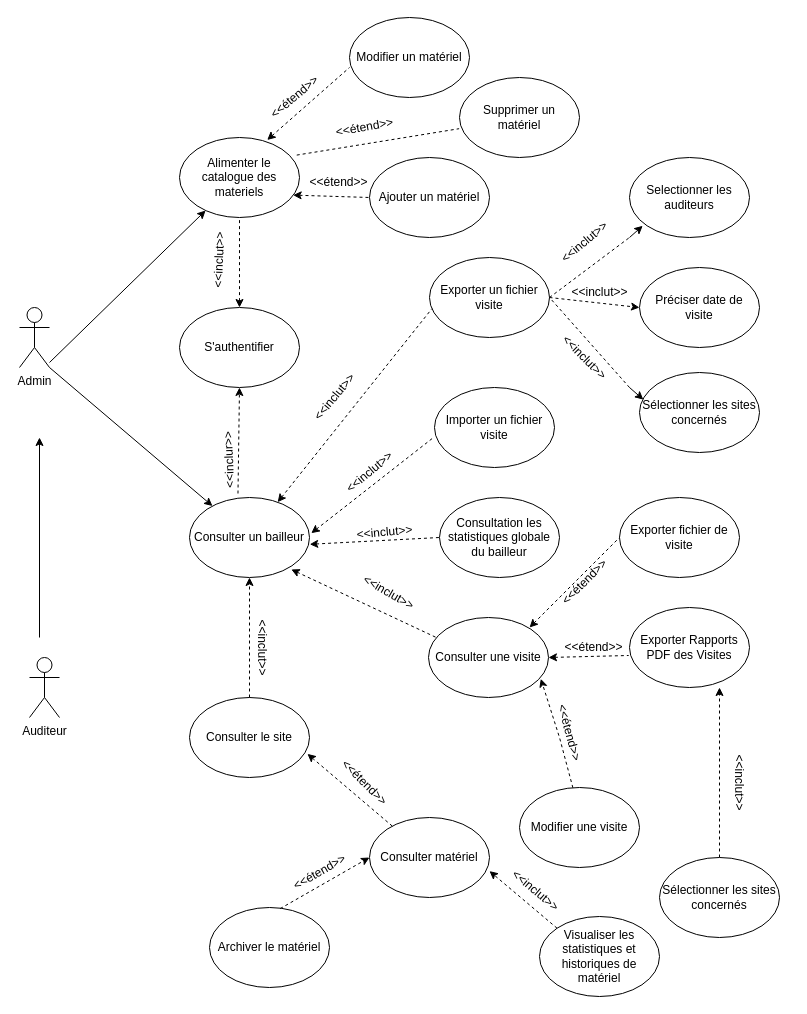
This is Diagramme cas d'utilisation liste des matériels.drawio from mbaananou/diagramsPipelette, a draw.io file, before an edit. Source tidied: cells renumbered, new cells numbered last; positions are measured from the earlier drawing's top-left corner, leaving out a move shared by most shapes. Both pictures are drawn from the tidied source at 100%, with x=0, y=0 at pixel (19, 17).
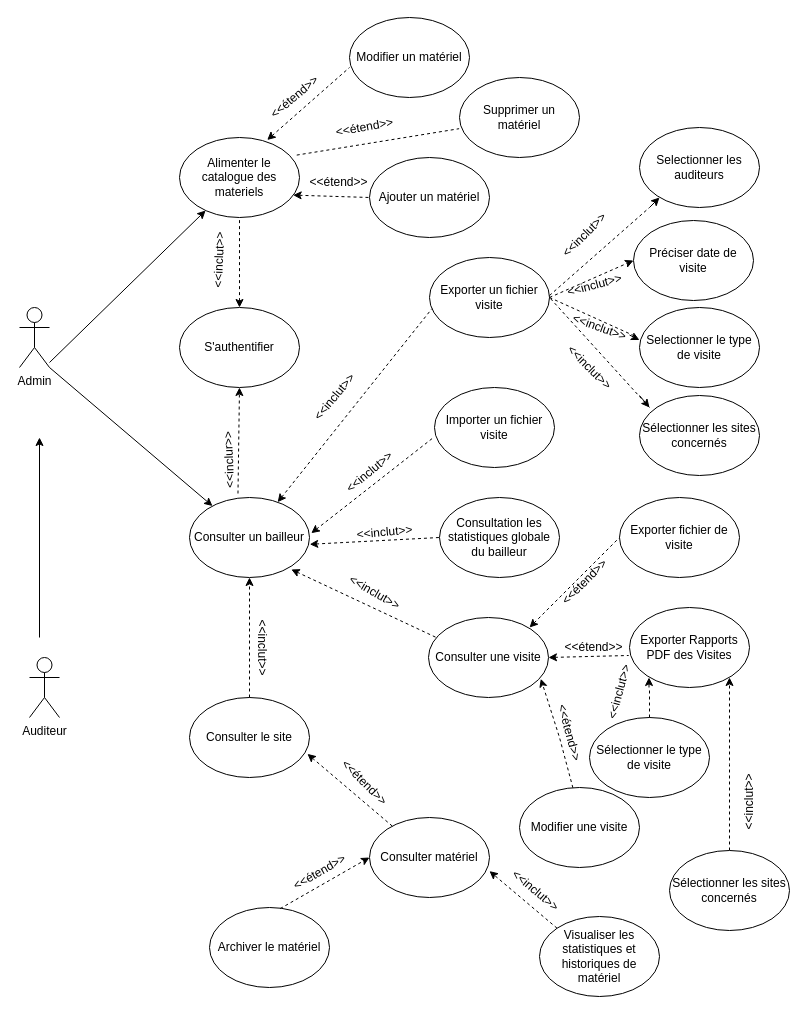
After the change.

Commit message:
Mettre à jour Diagramme cas d'utilisation liste des matériels.drawio

The change refers to these unchanged cells:
```xml
<mxCell id="5" value="Exporter un fichier visite" style="ellipse;whiteSpace=wrap;html=1;" parent="1" vertex="1">
  <mxGeometry x="410" y="240" width="120" height="80" as="geometry" />
</mxCell>
<mxCell id="20" value="Exporter Rapports PDF des Visites" style="ellipse;whiteSpace=wrap;html=1;" parent="1" vertex="1">
  <mxGeometry x="610" y="590" width="120" height="80" as="geometry" />
</mxCell>
```

What changed in the source:
```diff
@@
     <mxCell id="16" value="Selectionner les auditeurs" style="ellipse;whiteSpace=wrap;html=1;" parent="1" vertex="1">
-      <mxGeometry x="610" y="140" width="120" height="80" as="geometry" />
+      <mxGeometry x="620" y="110" width="120" height="80" as="geometry" />
     </mxCell>
     <mxCell id="17" value="Préciser date de visite" style="ellipse;whiteSpace=wrap;html=1;" parent="1" vertex="1">
-      <mxGeometry x="620" y="250" width="120" height="80" as="geometry" />
+      <mxGeometry x="614" y="203" width="120" height="80" as="geometry" />
     </mxCell>
-    <mxCell id="18" style="endArrow=none;dashed=1;html=1;rounded=0;exitX=1;exitY=0.5;exitDx=0;exitDy=0;" parent="1" edge="1" source="5">
-      <mxGeometry relative="1" as="geometry">
-        <mxPoint x="610" y="220" as="targetPoint" />
-      </mxGeometry>
-    </mxCell>
@@
     <mxCell id="22" value="Sélectionner les sites concernés" style="ellipse;whiteSpace=wrap;html=1;" parent="1" vertex="1">
-      <mxGeometry x="620" y="355" width="120" height="80" as="geometry" />
+      <mxGeometry x="620" y="378" width="120" height="80" as="geometry" />
     </mxCell>
     <mxCell id="23" style="endArrow=none;dashed=1;html=1;rounded=0;entryX=1;entryY=0.5;entryDx=0;entryDy=0;" parent="1" edge="1" target="5">
       <mxGeometry relative="1" as="geometry">
-        <mxPoint x="610" y="370" as="sourcePoint" />
+        <mxPoint x="630" y="390" as="sourcePoint" />
       </mxGeometry>
     </mxCell>
@@
     <mxCell id="33" value="&amp;lt;&amp;lt;inclut&amp;gt;&amp;gt;" style="text;html=1;align=center;verticalAlign=middle;strokeColor=none;fillColor=none;rotation=45;" parent="1" vertex="1">
-      <mxGeometry x="525" y="325" width="80" height="30" as="geometry" />
+      <mxGeometry x="530" y="335" width="80" height="30" as="geometry" />
     </mxCell>
-    <mxCell id="34" value="&amp;lt;&amp;lt;inclut&amp;gt;&amp;gt;" style="text;html=1;align=center;verticalAlign=middle;strokeColor=none;fillColor=none;rotation=0;" parent="1" vertex="1">
-      <mxGeometry x="540" y="260" width="80" height="30" as="geometry" />
+    <mxCell id="34" value="&amp;lt;&amp;lt;inclut&amp;gt;&amp;gt;" style="text;html=1;align=center;verticalAlign=middle;strokeColor=none;fillColor=none;rotation=-15;" parent="1" vertex="1">
+      <mxGeometry x="535" y="253" width="80" height="30" as="geometry" />
     </mxCell>
@@
     <mxCell id="42" value="&amp;lt;&amp;lt;inclut&amp;gt;&amp;gt;" style="text;html=1;align=center;verticalAlign=middle;strokeColor=none;fillColor=none;rotation=30;" parent="1" vertex="1">
-      <mxGeometry x="329" y="560" width="80" height="30" as="geometry" />
+      <mxGeometry x="315" y="560" width="80" height="30" as="geometry" />
     </mxCell>
@@
-    <mxCell id="59" style="endArrow=classic;html=1;rounded=0;entryX=0.032;entryY=0.339;entryDx=0;entryDy=0;entryPerimeter=0;" parent="1" edge="1" target="22">
-      <mxGeometry relative="1" as="geometry">
-        <mxPoint x="610" y="370" as="sourcePoint" />
-      </mxGeometry>
-    </mxCell>
-    <mxCell id="60" style="endArrow=classic;html=1;rounded=0;entryX=0.11;entryY=0.854;entryDx=0;entryDy=0;entryPerimeter=0;" parent="1" edge="1" target="16">
-      <mxGeometry relative="1" as="geometry">
-        <mxPoint x="610" y="220" as="sourcePoint" />
-      </mxGeometry>
-    </mxCell>
-    <mxCell id="61" value="&amp;lt;&amp;lt;inclut&amp;gt;&amp;gt;" style="text;html=1;align=center;verticalAlign=middle;strokeColor=none;fillColor=none;rotation=-40;" parent="1" vertex="1">
-      <mxGeometry x="525" y="210" width="80" height="30" as="geometry" />
+    <mxCell id="61" value="&amp;lt;&amp;lt;inclut&amp;gt;&amp;gt;" style="text;html=1;align=center;verticalAlign=middle;strokeColor=none;fillColor=none;rotation=-45;" parent="1" vertex="1">
+      <mxGeometry x="525" y="203" width="80" height="30" as="geometry" />
     </mxCell>
@@
-    <mxCell id="67" style="edgeStyle=orthogonalEdgeStyle;rounded=0;jettySize=auto;html=1;entryX=0.75;entryY=1;entryDx=0;entryDy=0;dashed=1;entryPerimeter=0;" parent="1" edge="1" source="68" target="20">
-      <mxGeometry relative="1" as="geometry" />
+    <mxCell id="67" style="edgeStyle=orthogonalEdgeStyle;rounded=0;jettySize=auto;html=1;dashed=1;" parent="1" edge="1" source="68">
+      <mxGeometry relative="1" as="geometry">
+        <mxPoint x="710" y="660" as="targetPoint" />
+      </mxGeometry>
     </mxCell>
     <mxCell id="68" value="Sélectionner les sites concernés" style="ellipse;whiteSpace=wrap;html=1;" parent="1" vertex="1">
-      <mxGeometry x="640" y="840" width="120" height="80" as="geometry" />
+      <mxGeometry x="650" y="833" width="120" height="80" as="geometry" />
     </mxCell>
-    <mxCell id="69" value="&amp;lt;&amp;lt;inclut&amp;gt;&amp;gt;" style="text;html=1;align=center;verticalAlign=middle;strokeColor=none;fillColor=none;rotation=90;" parent="1" vertex="1">
-      <mxGeometry x="680" y="750" width="80" height="30" as="geometry" />
+    <mxCell id="69" value="&amp;lt;&amp;lt;inclut&amp;gt;&amp;gt;" style="text;html=1;align=center;verticalAlign=middle;strokeColor=none;fillColor=none;rotation=-90;" parent="1" vertex="1">
+      <mxGeometry x="690" y="770" width="80" height="30" as="geometry" />
     </mxCell>
+    <mxCell id="70" value="Selectionner le type de visite" style="ellipse;whiteSpace=wrap;html=1;" parent="1" vertex="1">
+      <mxGeometry x="620" y="290" width="120" height="80" as="geometry" />
+    </mxCell>
+    <mxCell id="71" style="endArrow=none;dashed=1;html=1;rounded=0;entryX=-0.027;entryY=0.365;entryDx=0;entryDy=0;entryPerimeter=0;" parent="1" edge="1" target="70">
+      <mxGeometry relative="1" as="geometry">
+        <mxPoint x="530" y="280" as="sourcePoint" />
+      </mxGeometry>
+    </mxCell>
+    <mxCell id="72" style="endArrow=none;dashed=1;html=1;rounded=0;" parent="1" edge="1">
+      <mxGeometry relative="1" as="geometry">
+        <mxPoint x="530" y="278" as="sourcePoint" />
+        <mxPoint x="630" y="190" as="targetPoint" />
+      </mxGeometry>
+    </mxCell>
+    <mxCell id="73" style="endArrow=classic;html=1;rounded=0;" parent="1" edge="1">
+      <mxGeometry relative="1" as="geometry">
+        <mxPoint x="630" y="190" as="sourcePoint" />
+        <mxPoint x="640" y="180" as="targetPoint" />
+      </mxGeometry>
+    </mxCell>
+    <mxCell id="74" value="&amp;lt;&amp;lt;inclut&amp;gt;&amp;gt;" style="text;html=1;align=center;verticalAlign=middle;strokeColor=none;fillColor=none;rotation=20;" parent="1" vertex="1">
+      <mxGeometry x="540" y="295" width="80" height="30" as="geometry" />
+    </mxCell>
+    <mxCell id="75" style="endArrow=classic;html=1;rounded=0;" parent="1" edge="1">
+      <mxGeometry relative="1" as="geometry">
+        <mxPoint x="620" y="378" as="sourcePoint" />
+        <mxPoint x="630" y="390" as="targetPoint" />
+      </mxGeometry>
+    </mxCell>
+    <mxCell id="76" style="endArrow=classic;html=1;rounded=0;" parent="1" edge="1">
+      <mxGeometry relative="1" as="geometry">
+        <mxPoint x="610" y="317.5" as="sourcePoint" />
+        <mxPoint x="620" y="322.5" as="targetPoint" />
+      </mxGeometry>
+    </mxCell>
+    <mxCell id="77" value="Sélectionner le type de visite" style="ellipse;whiteSpace=wrap;html=1;" parent="1" vertex="1">
+      <mxGeometry x="570" y="700" width="120" height="80" as="geometry" />
+    </mxCell>
+    <mxCell id="78" style="endArrow=none;dashed=1;html=1;rounded=0;exitX=0.5;exitY=0;exitDx=0;exitDy=0;" parent="1" edge="1" source="77">
+      <mxGeometry relative="1" as="geometry">
+        <mxPoint x="630" y="670" as="targetPoint" />
+      </mxGeometry>
+    </mxCell>
+    <mxCell id="79" style="endArrow=classic;html=1;rounded=0;" parent="1" edge="1">
+      <mxGeometry relative="1" as="geometry">
+        <mxPoint x="629.5" y="670" as="sourcePoint" />
+        <mxPoint x="629.5" y="660" as="targetPoint" />
+      </mxGeometry>
+    </mxCell>
+    <mxCell id="80" value="&amp;lt;&amp;lt;inclut&amp;gt;&amp;gt;" style="text;html=1;align=center;verticalAlign=middle;strokeColor=none;fillColor=none;rotation=-75;" parent="1" vertex="1">
+      <mxGeometry x="560" y="660" width="80" height="30" as="geometry" />
+    </mxCell>
```
